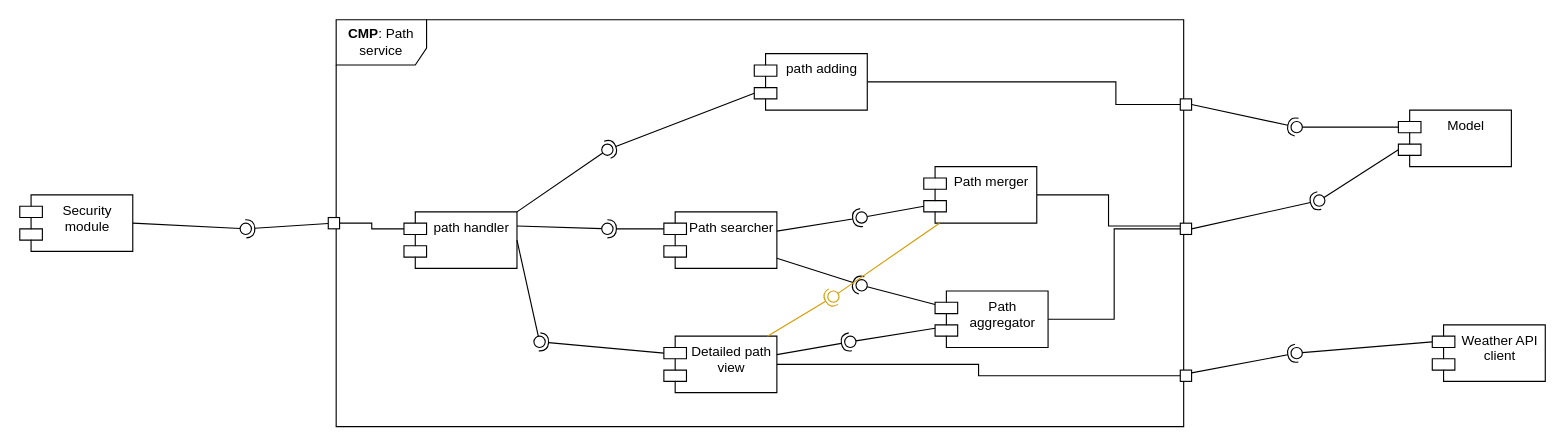
The draw.io diagram page "path_detailed_view" (4 of 7) of DD/LaTeXCode/images/drawio/Component_diagram.drawio in jacopobellosi/Bellosi-Montanelli-Tempobono, before the edit. Source tidied: cells renumbered, new cells numbered last; positions are measured from the earlier drawing's top-left corner, leaving out a move shared by most shapes. Both pictures are drawn from the tidied source at 113%, with x=0, y=0 at pixel (19, 19).
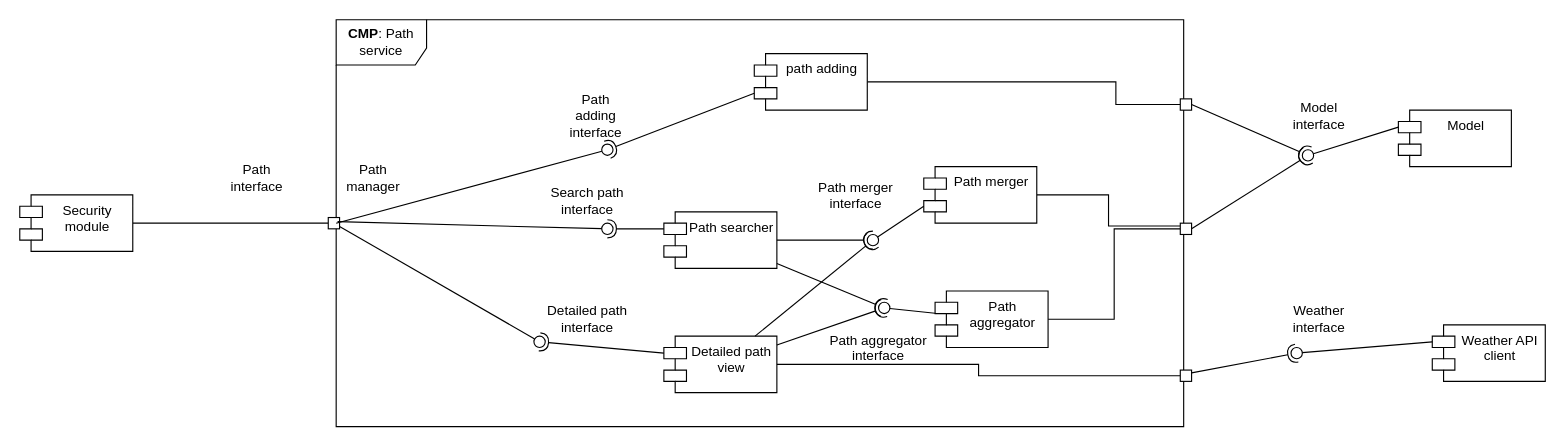
Above is the later version.

Unchanged cells that the change refers to:
```xml
<mxCell id="5" value="Path searcher" style="shape=module;align=left;spacingLeft=20;align=center;verticalAlign=top;whiteSpace=wrap;html=1;" parent="1" vertex="1">
  <mxGeometry x="570" y="170" width="100" height="50" as="geometry" />
</mxCell>
<mxCell id="6" value="Detailed path view" style="shape=module;align=left;spacingLeft=20;align=center;verticalAlign=top;whiteSpace=wrap;html=1;" parent="1" vertex="1">
  <mxGeometry x="570" y="280" width="100" height="50" as="geometry" />
</mxCell>
<mxCell id="9" value="Path merger" style="shape=module;align=left;spacingLeft=20;align=center;verticalAlign=top;whiteSpace=wrap;html=1;" parent="1" vertex="1">
  <mxGeometry x="800" y="130" width="100" height="50" as="geometry" />
</mxCell>
<mxCell id="11" value="Path aggregator" style="shape=module;align=left;spacingLeft=20;align=center;verticalAlign=top;whiteSpace=wrap;html=1;" parent="1" vertex="1">
  <mxGeometry x="810" y="240" width="100" height="50" as="geometry" />
</mxCell>
<mxCell id="12" value="Security&lt;br&gt;module" style="shape=module;align=left;spacingLeft=20;align=center;verticalAlign=top;whiteSpace=wrap;html=1;" parent="1" vertex="1">
  <mxGeometry y="155" width="100" height="50" as="geometry" />
</mxCell>
<mxCell id="15" style="ellipse;whiteSpace=wrap;html=1;align=center;fillColor=none;strokeColor=none;perimeter=centerPerimeter;points=[];outlineConnect=1;" parent="1" vertex="1">
  <mxGeometry x="195" y="180" width="10" height="10" as="geometry" />
</mxCell>
<mxCell id="16" style="rounded=0;whiteSpace=wrap;html=1;" parent="1" vertex="1">
  <mxGeometry x="273" y="175" width="10" height="10" as="geometry" />
</mxCell>
<mxCell id="20" style="ellipse;whiteSpace=wrap;html=1;align=center;fillColor=none;strokeColor=none;perimeter=centerPerimeter;points=[];outlineConnect=1;" parent="1" vertex="1">
  <mxGeometry x="515" y="110" width="10" height="10" as="geometry" />
</mxCell>
<mxCell id="23" style="ellipse;whiteSpace=wrap;html=1;align=center;fillColor=none;strokeColor=none;perimeter=centerPerimeter;points=[];outlineConnect=1;" parent="1" vertex="1">
  <mxGeometry x="515" y="180" width="10" height="10" as="geometry" />
</mxCell>
<mxCell id="29" style="ellipse;whiteSpace=wrap;html=1;align=center;fillColor=none;strokeColor=none;perimeter=centerPerimeter;points=[];outlineConnect=1;" parent="1" vertex="1">
  <mxGeometry x="740" y="230" width="10" height="10" as="geometry" />
</mxCell>
<mxCell id="32" style="ellipse;whiteSpace=wrap;html=1;align=center;fillColor=none;strokeColor=none;perimeter=centerPerimeter;points=[];outlineConnect=1;" parent="1" vertex="1">
  <mxGeometry x="455" y="280" width="10" height="10" as="geometry" />
</mxCell>
<mxCell id="38" style="ellipse;whiteSpace=wrap;html=1;align=center;fillColor=none;strokeColor=none;perimeter=centerPerimeter;points=[];outlineConnect=1;" parent="1" vertex="1">
  <mxGeometry x="715" y="240" width="10" height="10" as="geometry" />
</mxCell>
<mxCell id="39" style="rounded=0;whiteSpace=wrap;html=1;" parent="1" vertex="1">
  <mxGeometry x="1027" y="180" width="10" height="10" as="geometry" />
</mxCell>
<mxCell id="40" value="Model" style="shape=module;align=left;spacingLeft=20;align=center;verticalAlign=top;whiteSpace=wrap;html=1;" parent="1" vertex="1">
  <mxGeometry x="1220" y="80" width="100" height="50" as="geometry" />
</mxCell>
```

What changed in the source:
```diff
@@
-    <mxCell id="7" value="path handler" style="shape=module;align=left;spacingLeft=20;align=center;verticalAlign=top;whiteSpace=wrap;html=1;" parent="1" vertex="1">
-      <mxGeometry x="340" y="170" width="100" height="50" as="geometry" />
-    </mxCell>
@@
+    <mxCell id="54" style="edgeStyle=orthogonalEdgeStyle;rounded=0;jettySize=auto;html=1;entryX=0;entryY=0.5;entryDx=0;entryDy=0;endArrow=none;endFill=0;" parent="1" edge="1" source="12" target="16">
+      <mxGeometry relative="1" as="geometry" />
+    </mxCell>
@@
-    <mxCell id="13" style="rounded=0;jettySize=auto;html=1;endArrow=halfCircle;endFill=0;endSize=6;strokeWidth=1;sketch=0;" parent="1" edge="1" source="16" target="15">
-      <mxGeometry relative="1" as="geometry" />
-    </mxCell>
-    <mxCell id="14" style="rounded=0;jettySize=auto;html=1;endArrow=oval;endFill=0;sketch=0;sourcePerimeterSpacing=0;targetPerimeterSpacing=0;endSize=10;exitX=1;exitY=0.5;exitDx=0;exitDy=0;" parent="1" edge="1" source="12" target="15">
-      <mxGeometry relative="1" as="geometry" />
-    </mxCell>
@@
-    <mxCell id="17" style="edgeStyle=orthogonalEdgeStyle;rounded=0;jettySize=auto;html=1;entryX=0;entryY=0;entryDx=0;entryDy=15;entryPerimeter=0;endArrow=none;endFill=0;" parent="1" edge="1" source="16" target="7">
-      <mxGeometry relative="1" as="geometry" />
-    </mxCell>
@@
-    <mxCell id="19" style="rounded=0;jettySize=auto;html=1;endArrow=oval;endFill=0;sketch=0;sourcePerimeterSpacing=0;targetPerimeterSpacing=0;endSize=10;exitX=1;exitY=0;exitDx=0;exitDy=0;" parent="1" edge="1" source="7" target="20">
-      <mxGeometry relative="1" as="geometry" />
+    <mxCell id="19" style="rounded=0;jettySize=auto;html=1;endArrow=oval;endFill=0;sketch=0;sourcePerimeterSpacing=0;targetPerimeterSpacing=0;endSize=10;" parent="1" edge="1" target="20">
+      <mxGeometry relative="1" as="geometry">
+        <mxPoint x="280" y="180" as="sourcePoint" />
+      </mxGeometry>
     </mxCell>
@@
-    <mxCell id="22" style="rounded=0;jettySize=auto;html=1;endArrow=oval;endFill=0;sketch=0;sourcePerimeterSpacing=0;targetPerimeterSpacing=0;endSize=10;exitX=1;exitY=0.25;exitDx=0;exitDy=0;" parent="1" edge="1" source="7" target="23">
+    <mxCell id="22" style="rounded=0;jettySize=auto;html=1;endArrow=oval;endFill=0;sketch=0;sourcePerimeterSpacing=0;targetPerimeterSpacing=0;endSize=10;exitX=0.822;exitY=0.367;exitDx=0;exitDy=0;exitPerimeter=0;" parent="1" edge="1" source="16" target="23">
       <mxGeometry relative="1" as="geometry" />
     </mxCell>
@@
     <mxCell id="26" style="ellipse;whiteSpace=wrap;html=1;align=center;fillColor=none;strokeColor=none;perimeter=centerPerimeter;points=[];outlineConnect=1;" parent="1" vertex="1">
-      <mxGeometry x="740" y="170" width="10" height="10" as="geometry" />
+      <mxGeometry x="750" y="190" width="10" height="10" as="geometry" />
     </mxCell>
-    <mxCell id="27" style="rounded=0;jettySize=auto;html=1;endArrow=halfCircle;endFill=0;endSize=6;strokeWidth=1;sketch=0;" parent="1" edge="1" source="5" target="29">
+    <mxCell id="27" style="rounded=0;jettySize=auto;html=1;endArrow=halfCircle;endFill=0;endSize=6;strokeWidth=1;sketch=0;entryX=0.529;entryY=0.033;entryDx=0;entryDy=0;entryPerimeter=0;" parent="1" edge="1" source="5" target="35">
       <mxGeometry relative="1" as="geometry" />
     </mxCell>
-    <mxCell id="28" style="rounded=0;jettySize=auto;html=1;endArrow=oval;endFill=0;sketch=0;sourcePerimeterSpacing=0;targetPerimeterSpacing=0;endSize=10;" parent="1" edge="1" source="11" target="29">
-      <mxGeometry relative="1" as="geometry" />
-    </mxCell>
@@
-    <mxCell id="31" style="rounded=0;jettySize=auto;html=1;endArrow=oval;endFill=0;sketch=0;sourcePerimeterSpacing=0;targetPerimeterSpacing=0;endSize=10;exitX=1;exitY=0.5;exitDx=0;exitDy=0;" parent="1" edge="1" source="7" target="32">
+    <mxCell id="31" style="rounded=0;jettySize=auto;html=1;endArrow=oval;endFill=0;sketch=0;sourcePerimeterSpacing=0;targetPerimeterSpacing=0;endSize=10;" parent="1" edge="1" source="16" target="32">
       <mxGeometry relative="1" as="geometry" />
     </mxCell>
@@
     <mxCell id="35" style="ellipse;whiteSpace=wrap;html=1;align=center;fillColor=none;strokeColor=none;perimeter=centerPerimeter;points=[];outlineConnect=1;" parent="1" vertex="1">
-      <mxGeometry x="730" y="280" width="10" height="10" as="geometry" />
+      <mxGeometry x="760" y="250" width="10" height="10" as="geometry" />
     </mxCell>
-    <mxCell id="36" style="rounded=0;jettySize=auto;html=1;endArrow=halfCircle;endFill=0;endSize=6;strokeWidth=1;sketch=0;fillColor=#ffe6cc;strokeColor=#d79b00;" parent="1" edge="1" source="6" target="38">
+    <mxCell id="36" style="rounded=0;jettySize=auto;html=1;endArrow=halfCircle;endFill=0;endSize=6;strokeWidth=1;sketch=0;fillColor=#ffe6cc;strokeColor=#000000;entryX=0.1;entryY=0.176;entryDx=0;entryDy=0;entryPerimeter=0;" parent="1" edge="1" source="6" target="26">
       <mxGeometry relative="1" as="geometry" />
     </mxCell>
-    <mxCell id="37" style="rounded=0;jettySize=auto;html=1;endArrow=oval;endFill=0;sketch=0;sourcePerimeterSpacing=0;targetPerimeterSpacing=0;endSize=10;fillColor=#ffe6cc;strokeColor=#d79b00;" parent="1" edge="1" source="9" target="38">
-      <mxGeometry relative="1" as="geometry" />
-    </mxCell>
@@
     <mxCell id="44" style="ellipse;whiteSpace=wrap;html=1;align=center;fillColor=none;strokeColor=none;perimeter=centerPerimeter;points=[];outlineConnect=1;" parent="1" vertex="1">
-      <mxGeometry x="1125" y="90" width="10" height="10" as="geometry" />
+      <mxGeometry x="1135" y="115" width="10" height="10" as="geometry" />
     </mxCell>
-    <mxCell id="45" style="rounded=0;jettySize=auto;html=1;endArrow=halfCircle;endFill=0;endSize=6;strokeWidth=1;sketch=0;exitX=1;exitY=0.5;exitDx=0;exitDy=0;" parent="1" edge="1" source="39">
-      <mxGeometry relative="1" as="geometry">
-        <mxPoint x="1150" y="160" as="targetPoint" />
-      </mxGeometry>
+    <mxCell id="45" style="rounded=0;jettySize=auto;html=1;endArrow=halfCircle;endFill=0;endSize=6;strokeWidth=1;sketch=0;exitX=1;exitY=0.5;exitDx=0;exitDy=0;entryX=0.743;entryY=0.367;entryDx=0;entryDy=0;entryPerimeter=0;" parent="1" edge="1" source="39" target="44">
+      <mxGeometry relative="1" as="geometry" />
     </mxCell>
-    <mxCell id="46" style="rounded=0;jettySize=auto;html=1;endArrow=oval;endFill=0;sketch=0;sourcePerimeterSpacing=0;targetPerimeterSpacing=0;endSize=10;exitX=0;exitY=0;exitDx=0;exitDy=35;exitPerimeter=0;" parent="1" edge="1" source="40">
-      <mxGeometry relative="1" as="geometry">
-        <mxPoint x="1150" y="160" as="targetPoint" />
-      </mxGeometry>
-    </mxCell>
@@
+    <mxCell id="55" value="Path&lt;br&gt;interface" style="text;html=1;whiteSpace=wrap;strokeColor=none;fillColor=none;align=center;verticalAlign=middle;rounded=0;" parent="1" vertex="1">
+      <mxGeometry x="180" y="125" width="60" height="30" as="geometry" />
+    </mxCell>
+    <mxCell id="56" value="Path&lt;br&gt;manager" style="text;html=1;whiteSpace=wrap;strokeColor=none;fillColor=none;align=center;verticalAlign=middle;rounded=0;" parent="1" vertex="1">
+      <mxGeometry x="283" y="125" width="60" height="30" as="geometry" />
+    </mxCell>
+    <mxCell id="57" value="Path&lt;br&gt;adding&lt;br&gt;interface" style="text;html=1;whiteSpace=wrap;strokeColor=none;fillColor=none;align=center;verticalAlign=middle;rounded=0;" parent="1" vertex="1">
+      <mxGeometry x="480" y="70" width="60" height="30" as="geometry" />
+    </mxCell>
+    <mxCell id="58" value="Search path interface" style="text;html=1;whiteSpace=wrap;strokeColor=none;fillColor=none;align=center;verticalAlign=middle;rounded=0;" parent="1" vertex="1">
+      <mxGeometry x="465" y="145" width="75" height="30" as="geometry" />
+    </mxCell>
+    <mxCell id="59" value="Detailed path interface" style="text;html=1;whiteSpace=wrap;strokeColor=none;fillColor=none;align=center;verticalAlign=middle;rounded=0;" parent="1" vertex="1">
+      <mxGeometry x="465" y="250" width="75" height="30" as="geometry" />
+    </mxCell>
+    <mxCell id="60" value="&lt;div style=&quot;text-align: center;&quot;&gt;Path merger&lt;br&gt;interface&lt;/div&gt;" style="text;whiteSpace=wrap;html=1;" parent="1" vertex="1">
+      <mxGeometry x="705" y="135" width="80" height="40" as="geometry" />
+    </mxCell>
+    <mxCell id="61" value="&lt;div style=&quot;text-align: center;&quot;&gt;Path aggregator&lt;br&gt;interface&lt;/div&gt;" style="text;whiteSpace=wrap;html=1;" parent="1" vertex="1">
+      <mxGeometry x="715" y="270" width="100" height="40" as="geometry" />
+    </mxCell>
+    <mxCell id="62" value="Model&lt;br&gt;interface" style="text;html=1;whiteSpace=wrap;strokeColor=none;fillColor=none;align=center;verticalAlign=middle;rounded=0;" parent="1" vertex="1">
+      <mxGeometry x="1120" y="70" width="60" height="30" as="geometry" />
+    </mxCell>
+    <mxCell id="63" value="Weather&lt;br&gt;interface" style="text;html=1;whiteSpace=wrap;strokeColor=none;fillColor=none;align=center;verticalAlign=middle;rounded=0;" parent="1" vertex="1">
+      <mxGeometry x="1120" y="250" width="60" height="30" as="geometry" />
+    </mxCell>
```
